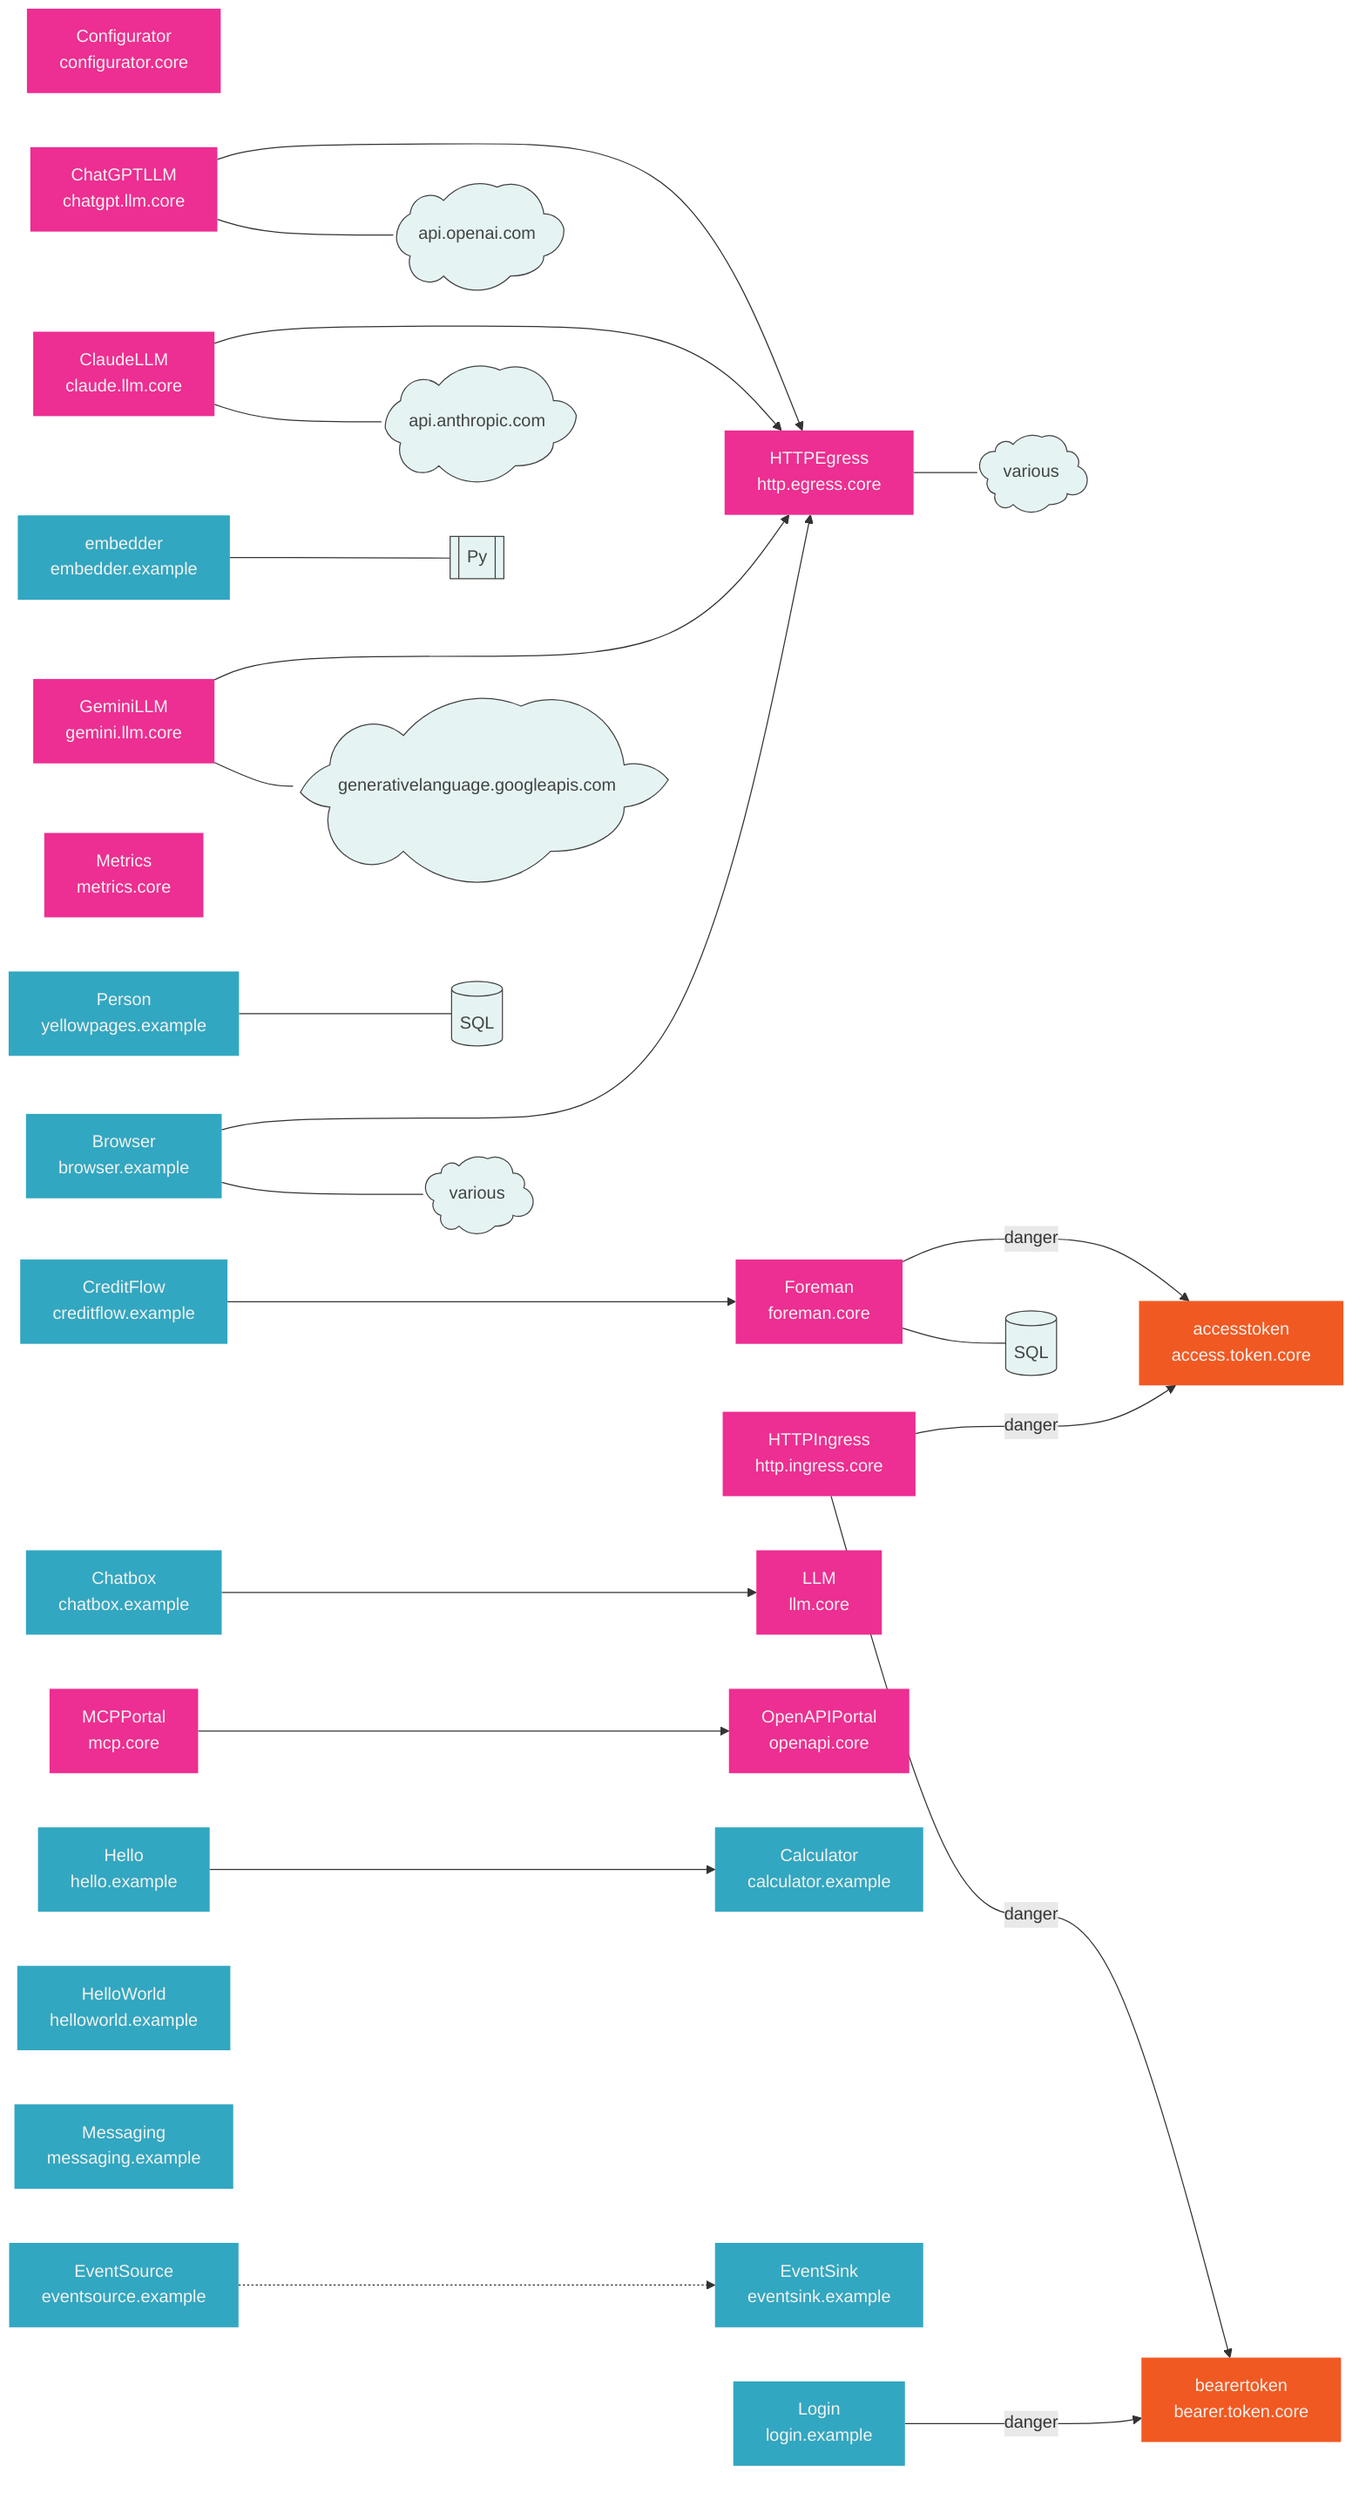
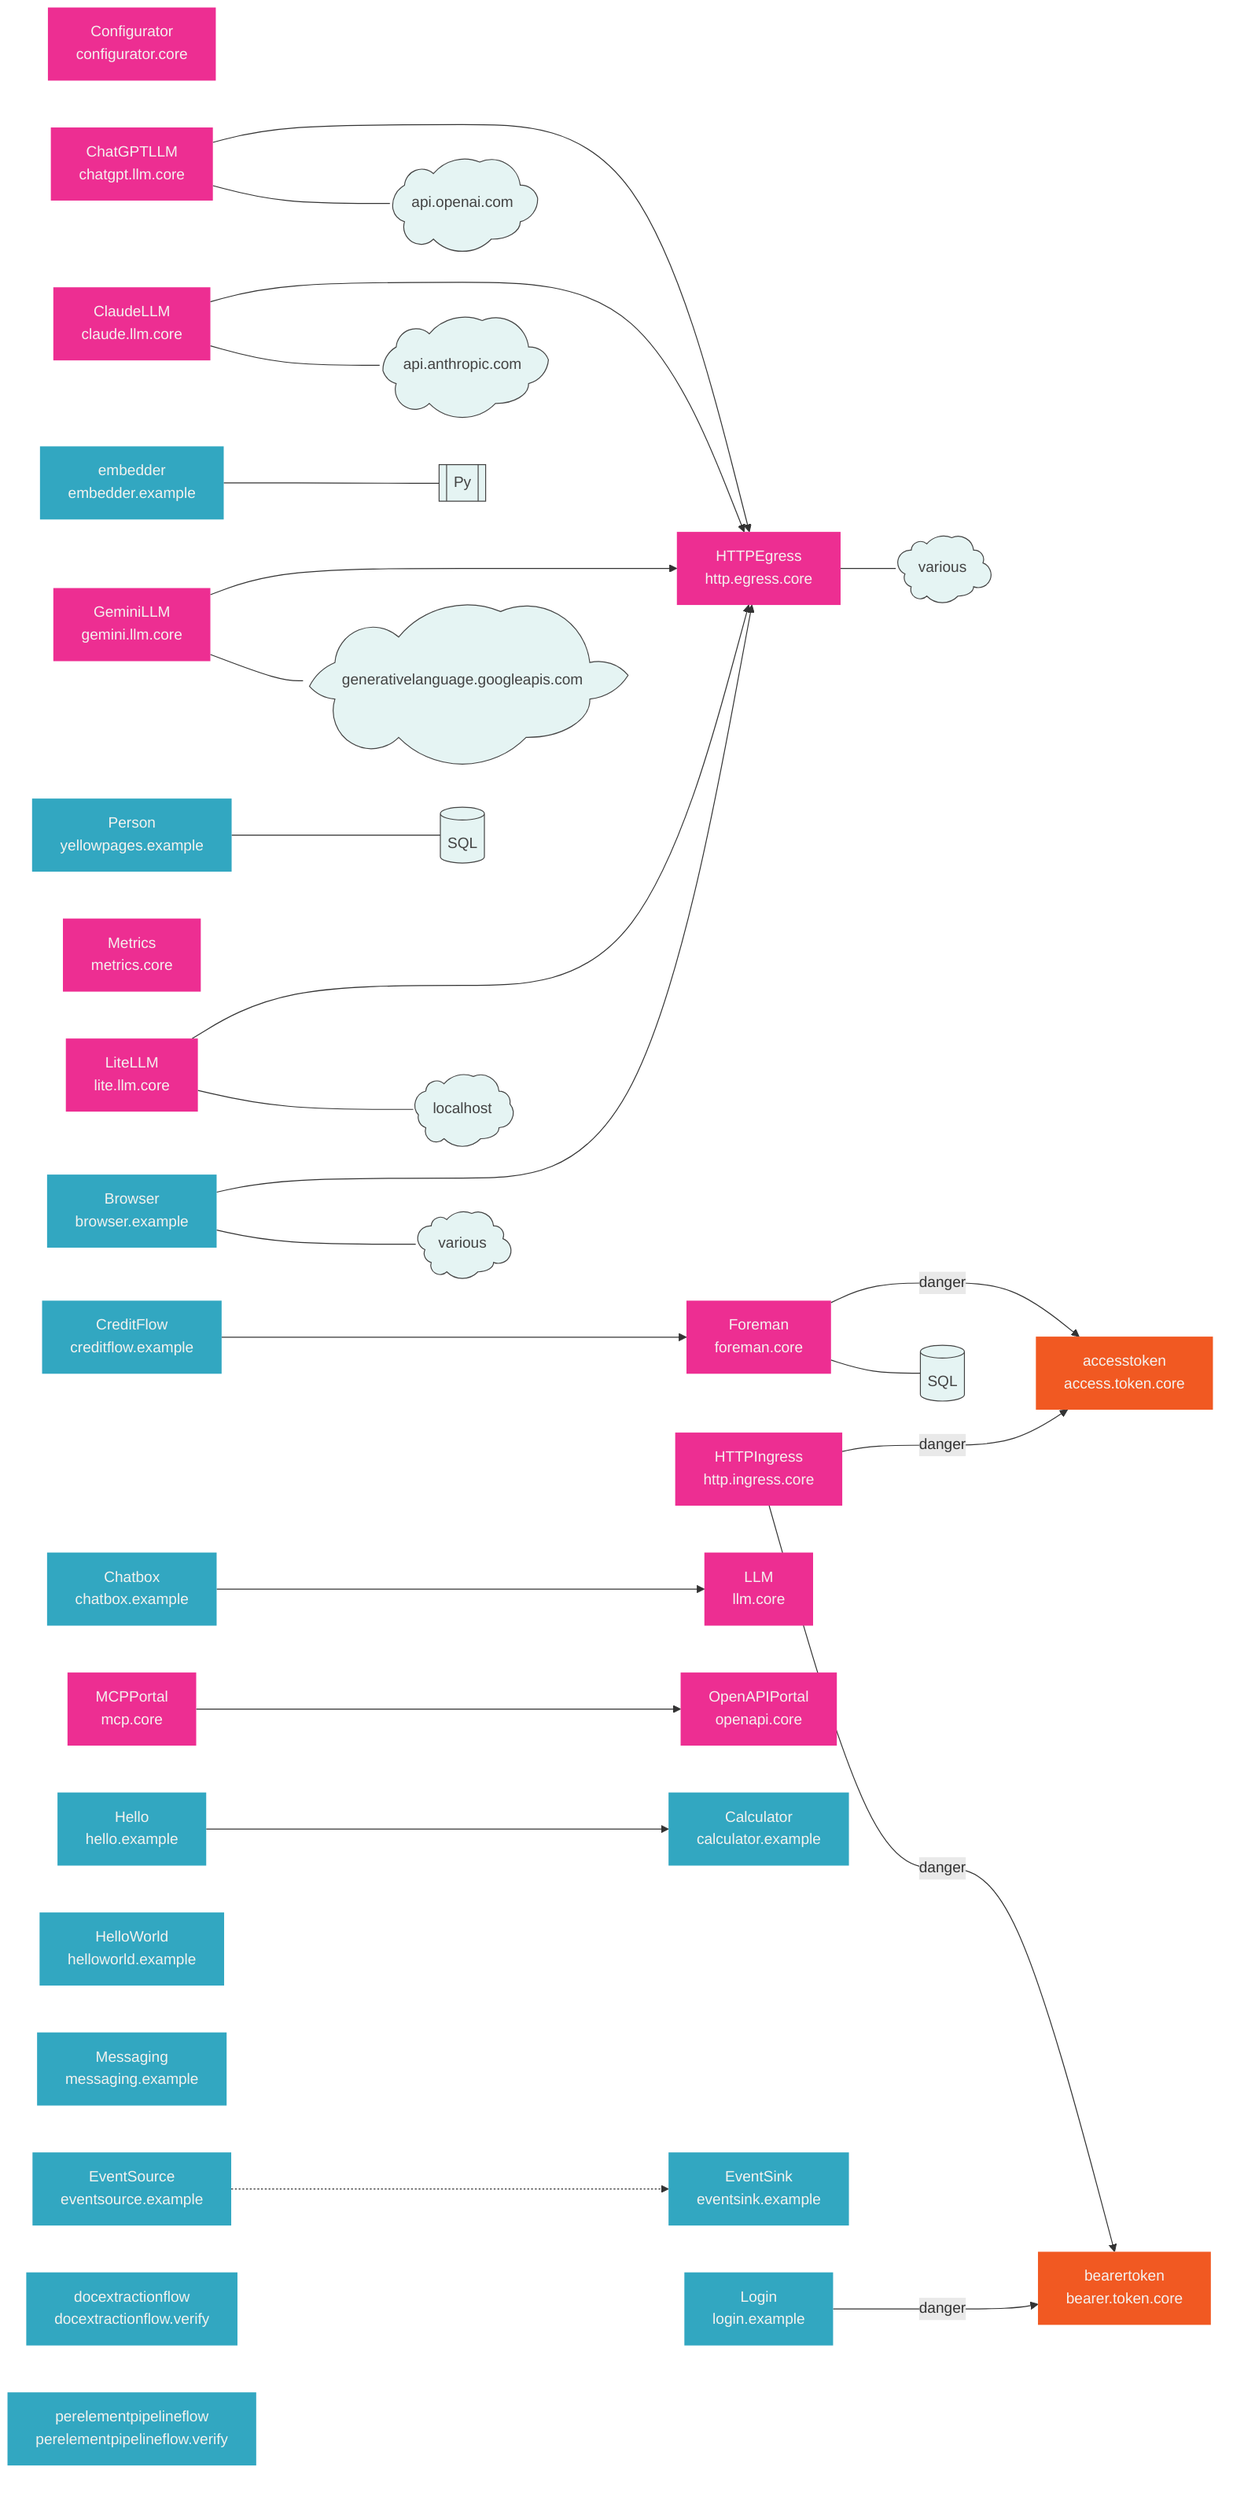
graph LR
    classDef core fill:#ed2e92,color:#f4f2ef,stroke-width:0px
    classDef svc fill:#32a7c1,color:#f4f2ef,stroke-width:0px
    classDef danger fill:#f15922,color:#f4f2ef,stroke-width:0px
    classDef ext fill:#e5f4f3,color:#434343,stroke:#434343

    configurator.core[Configurator<br>configurator.core]
    http.egress.core[HTTPEgress<br>http.egress.core] --- http.egress.core.cloud@{shape: cloud, label: "various"}
    foreman.core[Foreman<br>foreman.core] --->|danger| access.token.core[accesstoken<br>access.token.core]
    foreman.core --- foreman.core.db[(SQL)]
    http.ingress.core[HTTPIngress<br>http.ingress.core] --->|danger| access.token.core
    http.ingress.core --->|danger| bearer.token.core[bearertoken<br>bearer.token.core]
    llm.core[LLM<br>llm.core]
    chatgpt.llm.core[ChatGPTLLM<br>chatgpt.llm.core] ---> http.egress.core
    chatgpt.llm.core --- chatgpt.llm.core.cloud@{shape: cloud, label: "api.openai.com"}
    claude.llm.core[ClaudeLLM<br>claude.llm.core] ---> http.egress.core
    claude.llm.core --- claude.llm.core.cloud@{shape: cloud, label: "api.anthropic.com"}
    gemini.llm.core[GeminiLLM<br>gemini.llm.core] ---> http.egress.core
    gemini.llm.core --- gemini.llm.core.cloud@{shape: cloud, label: "generativelanguage.googleapis.com"}
+     lite.llm.core[LiteLLM<br>lite.llm.core] ---> http.egress.core
+     lite.llm.core --- lite.llm.core.cloud@{shape: cloud, label: "localhost"}
    mcp.core[MCPPortal<br>mcp.core] ---> openapi.core[OpenAPIPortal<br>openapi.core]
    metrics.core[Metrics<br>metrics.core]
    browser.example[Browser<br>browser.example] ---> http.egress.core
    browser.example --- browser.example.cloud@{shape: cloud, label: "various"}
    calculator.example[Calculator<br>calculator.example]
    chatbox.example[Chatbox<br>chatbox.example] ---> llm.core
    creditflow.example[CreditFlow<br>creditflow.example] ---> foreman.core
    embedder.example[embedder<br>embedder.example] --- embedder.example.py[[Py]]
    eventsource.example[EventSource<br>eventsource.example] -..-> eventsink.example[EventSink<br>eventsink.example]
    hello.example[Hello<br>hello.example] ---> calculator.example
    helloworld.example[HelloWorld<br>helloworld.example]
    login.example[Login<br>login.example] --->|danger| bearer.token.core
    messaging.example[Messaging<br>messaging.example]
    yellowpages.example[Person<br>yellowpages.example] --- yellowpages.example.db[(SQL)]
+     docextractionflow.verify[docextractionflow<br>docextractionflow.verify]
+     perelementpipelineflow.verify[perelementpipelineflow<br>perelementpipelineflow.verify]

-     class browser.example,calculator.example,chatbox.example,creditflow.example,embedder.example,eventsink.example,eventsource.example,hello.example,helloworld.example,login.example,messaging.example,yellowpages.example svc
-     class configurator.core,http.egress.core,foreman.core,http.ingress.core,llm.core,chatgpt.llm.core,claude.llm.core,gemini.llm.core,mcp.core,metrics.core,openapi.core core
+     class browser.example,calculator.example,chatbox.example,creditflow.example,embedder.example,eventsink.example,eventsource.example,hello.example,helloworld.example,login.example,messaging.example,yellowpages.example,docextractionflow.verify,perelementpipelineflow.verify svc
+     class configurator.core,http.egress.core,foreman.core,http.ingress.core,llm.core,chatgpt.llm.core,claude.llm.core,gemini.llm.core,lite.llm.core,mcp.core,metrics.core,openapi.core core
    class access.token.core,bearer.token.core danger
-     class http.egress.core.cloud,foreman.core.db,chatgpt.llm.core.cloud,claude.llm.core.cloud,gemini.llm.core.cloud,browser.example.cloud,embedder.example.py,yellowpages.example.db ext
+     class http.egress.core.cloud,foreman.core.db,chatgpt.llm.core.cloud,claude.llm.core.cloud,gemini.llm.core.cloud,lite.llm.core.cloud,browser.example.cloud,embedder.example.py,yellowpages.example.db ext
